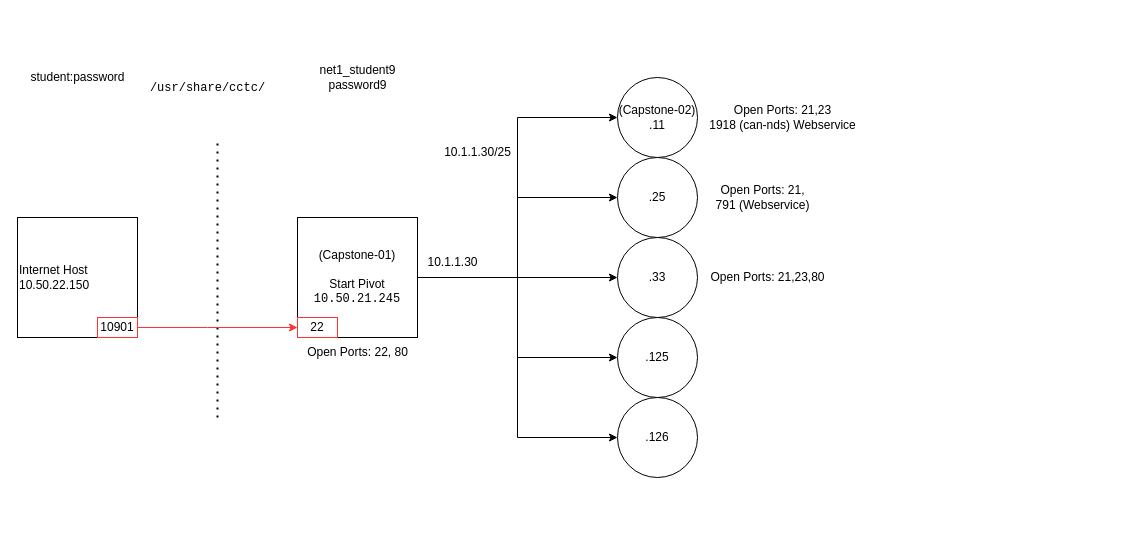
Earlier version of the draw.io diagram page "Capstone" (5 of 5) of Networking/Day 5/Untitled Diagram.drawio (LukeaBrown/COSC). Source tidied: cells renumbered, new cells numbered last; positions are measured from the earlier drawing's top-left corner, leaving out a move shared by most shapes. Both pictures are drawn from the tidied source at 100%, with x=0, y=0 at pixel (17, 57).
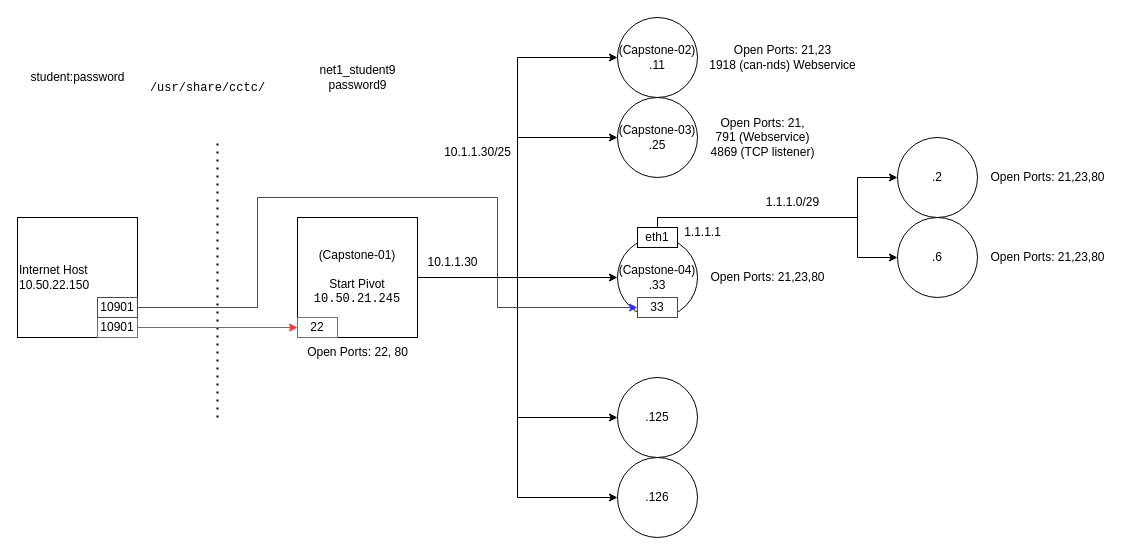
The same diagram, later.

What changed in the source:
```diff
@@
-    <mxCell id="15" value=".25" style="ellipse;whiteSpace=wrap;html=1;" parent="1" vertex="1">
-      <mxGeometry x="600" y="100" width="80" height="80" as="geometry" />
+    <mxCell id="15" value="&lt;div&gt;(Capstone-03)&lt;/div&gt;&lt;div&gt;.25&lt;/div&gt;" style="ellipse;whiteSpace=wrap;html=1;" parent="1" vertex="1">
+      <mxGeometry x="600" y="40" width="80" height="80" as="geometry" />
     </mxCell>
     <mxCell id="16" value="&lt;div&gt;&lt;div&gt;(Capstone-02)&lt;/div&gt;&lt;/div&gt;&lt;div&gt;.11&lt;/div&gt;" style="ellipse;whiteSpace=wrap;html=1;" parent="1" vertex="1">
-      <mxGeometry x="600" y="20" width="80" height="80" as="geometry" />
+      <mxGeometry x="600" y="-40" width="80" height="80" as="geometry" />
     </mxCell>
-    <mxCell id="17" value=".33" style="ellipse;whiteSpace=wrap;html=1;" parent="1" vertex="1">
+    <mxCell id="17" value="(Capstone-04)&lt;div&gt;.33&lt;/div&gt;" style="ellipse;whiteSpace=wrap;html=1;" parent="1" vertex="1">
       <mxGeometry x="600" y="180" width="80" height="80" as="geometry" />
     </mxCell>
     <mxCell id="18" value=".125" style="ellipse;whiteSpace=wrap;html=1;" parent="1" vertex="1">
-      <mxGeometry x="600" y="260" width="80" height="80" as="geometry" />
+      <mxGeometry x="600" y="320" width="80" height="80" as="geometry" />
     </mxCell>
     <mxCell id="19" value=".126" style="ellipse;whiteSpace=wrap;html=1;" parent="1" vertex="1">
-      <mxGeometry x="600" y="340" width="80" height="80" as="geometry" />
+      <mxGeometry x="600" y="400" width="80" height="80" as="geometry" />
     </mxCell>
@@
     <mxCell id="23" value="&lt;div&gt;Open Ports: 21,23&lt;/div&gt;1918 (can-nds) Webservice" style="text;html=1;align=center;verticalAlign=middle;strokeColor=none;fillColor=none;" parent="1" vertex="1">
-      <mxGeometry x="680" y="40" width="170" height="40" as="geometry" />
+      <mxGeometry x="680" y="-20" width="170" height="40" as="geometry" />
     </mxCell>
-    <mxCell id="24" value="&lt;div&gt;Open Ports: 21,&lt;/div&gt;&lt;div&gt;791 (Webservice)&lt;br&gt;&lt;/div&gt;" style="text;html=1;align=center;verticalAlign=middle;strokeColor=none;fillColor=none;" parent="1" vertex="1">
-      <mxGeometry x="685" y="120" width="120" height="40" as="geometry" />
+    <mxCell id="24" value="&lt;div&gt;Open Ports: 21,&lt;/div&gt;&lt;div&gt;791 (Webservice)&lt;br&gt;&lt;/div&gt;&lt;div&gt;4869 (TCP listener)&lt;br&gt;&lt;/div&gt;" style="text;html=1;align=center;verticalAlign=middle;strokeColor=none;fillColor=none;" parent="1" vertex="1">
+      <mxGeometry x="680" y="50" width="130" height="60" as="geometry" />
     </mxCell>
@@
+    <mxCell id="27" style="edgeStyle=orthogonalEdgeStyle;rounded=0;jettySize=auto;html=1;strokeColor=#000000;entryX=0;entryY=0.5;entryDx=0;entryDy=0;" parent="1" edge="1" source="29" target="32">
+      <mxGeometry relative="1" as="geometry">
+        <Array as="points">
+          <mxPoint x="640" y="160" />
+          <mxPoint x="840" y="160" />
+          <mxPoint x="840" y="120" />
+        </Array>
+      </mxGeometry>
+    </mxCell>
+    <mxCell id="28" style="edgeStyle=orthogonalEdgeStyle;rounded=0;jettySize=auto;html=1;entryX=0;entryY=0.5;entryDx=0;entryDy=0;strokeColor=#000000;" parent="1" edge="1" source="29" target="33">
+      <mxGeometry relative="1" as="geometry">
+        <Array as="points">
+          <mxPoint x="640" y="160" />
+          <mxPoint x="840" y="160" />
+          <mxPoint x="840" y="200" />
+        </Array>
+      </mxGeometry>
+    </mxCell>
+    <mxCell id="29" value="eth1" style="rounded=0;whiteSpace=wrap;html=1;strokeColor=#000000;" parent="1" vertex="1">
+      <mxGeometry x="620" y="170" width="40" height="20" as="geometry" />
+    </mxCell>
+    <mxCell id="30" value="1.1.1.1" style="text;html=1;align=center;verticalAlign=middle;strokeColor=none;fillColor=none;" parent="1" vertex="1">
+      <mxGeometry x="655" y="160" width="60" height="30" as="geometry" />
+    </mxCell>
+    <mxCell id="31" value="&lt;div&gt;1.1.1.0/29&lt;/div&gt;" style="text;html=1;align=center;verticalAlign=middle;strokeColor=none;fillColor=none;" parent="1" vertex="1">
+      <mxGeometry x="735" y="130" width="80" height="30" as="geometry" />
+    </mxCell>
+    <mxCell id="32" value=".2" style="ellipse;whiteSpace=wrap;html=1;strokeColor=#000000;" parent="1" vertex="1">
+      <mxGeometry x="880" y="80" width="80" height="80" as="geometry" />
+    </mxCell>
+    <mxCell id="33" value=".6" style="ellipse;whiteSpace=wrap;html=1;strokeColor=#000000;" parent="1" vertex="1">
+      <mxGeometry x="880" y="160" width="80" height="80" as="geometry" />
+    </mxCell>
+    <mxCell id="34" value="&lt;div&gt;Open Ports: 21,23,80&lt;/div&gt;" style="text;html=1;align=center;verticalAlign=middle;strokeColor=none;fillColor=none;" parent="1" vertex="1">
+      <mxGeometry x="960" y="105" width="140" height="30" as="geometry" />
+    </mxCell>
+    <mxCell id="35" value="&lt;div&gt;Open Ports: 21,23,80&lt;/div&gt;" style="text;html=1;align=center;verticalAlign=middle;strokeColor=none;fillColor=none;" parent="1" vertex="1">
+      <mxGeometry x="960" y="185" width="140" height="30" as="geometry" />
+    </mxCell>
+    <mxCell id="36" style="edgeStyle=orthogonalEdgeStyle;rounded=0;jettySize=auto;html=1;strokeColor=#3333FF;entryX=0;entryY=0.5;entryDx=0;entryDy=0;" parent="1" edge="1" source="37" target="38">
+      <mxGeometry relative="1" as="geometry">
+        <Array as="points">
+          <mxPoint x="240" y="250" />
+          <mxPoint x="240" y="140" />
+          <mxPoint x="480" y="140" />
+          <mxPoint x="480" y="250" />
+        </Array>
+      </mxGeometry>
+    </mxCell>
+    <mxCell id="37" value="10901" style="rounded=0;whiteSpace=wrap;html=1;strokeColor=#3333FF;" parent="1" vertex="1">
+      <mxGeometry x="80" y="240" width="40" height="20" as="geometry" />
+    </mxCell>
+    <mxCell id="38" value="&lt;div&gt;33&lt;/div&gt;" style="rounded=0;whiteSpace=wrap;html=1;strokeColor=#3333FF;" parent="1" vertex="1">
+      <mxGeometry x="620" y="240" width="40" height="20" as="geometry" />
+    </mxCell>
```
